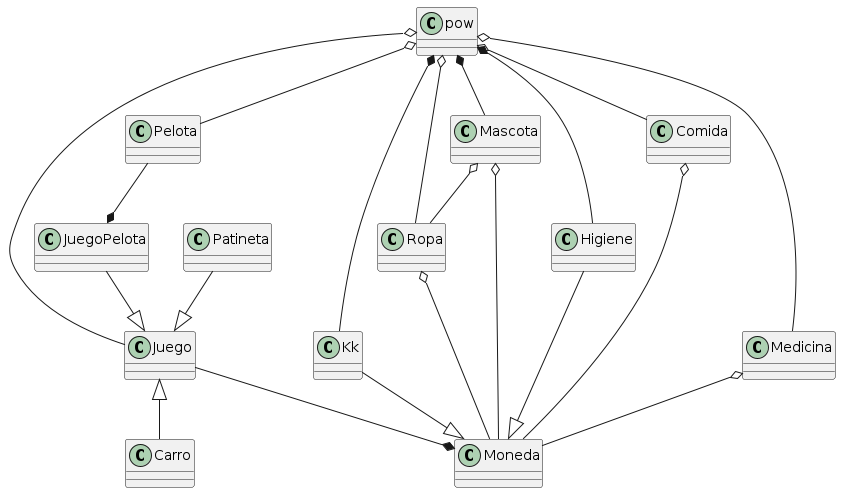
Earlier version of the PlantUML export out/docs/pow/pow.png (LuisEnriqueGonzalezIsaac/Hola-Mundo).
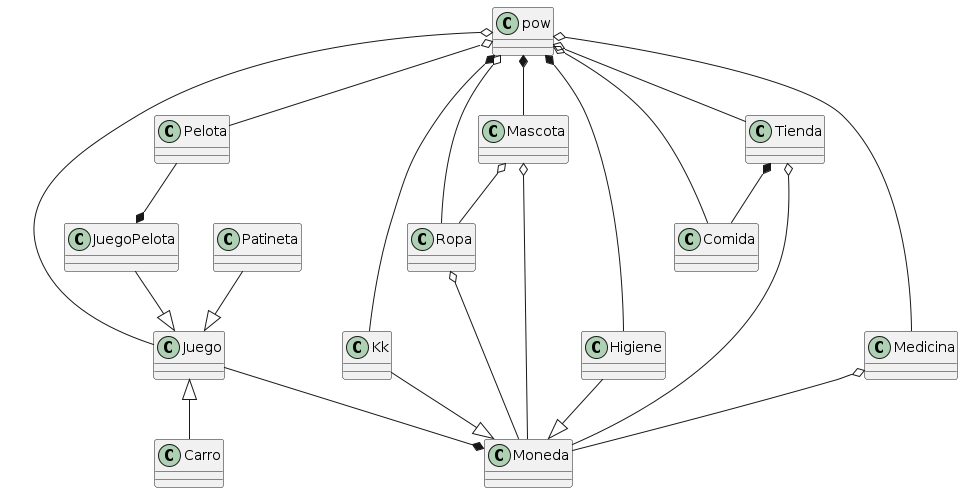
After the change.

The edit, as a diff of the source:
```diff
@@ -13,6 +13,7 @@
 class Higiene
 class Comida
 class Mascota
+class Tienda
 
 JuegoPelota--|>Juego
 Juego<|--Carro
@@ -25,14 +26,16 @@
 pow *-- Kk
 Juego--*Moneda
 pow *-- Mascota
+Tienda*--Comida
 
 pow o-- Juego
+Tienda o-- Moneda
 pow o-- Ropa
+pow o-- Tienda
 pow o-- Medicina
 Ropa o-- Moneda
 pow o--Comida
 pow o-- Pelota
-Comida o--Moneda
 Medicina o--Moneda
 Mascota o--Moneda
 Mascota o-- Ropa
```
